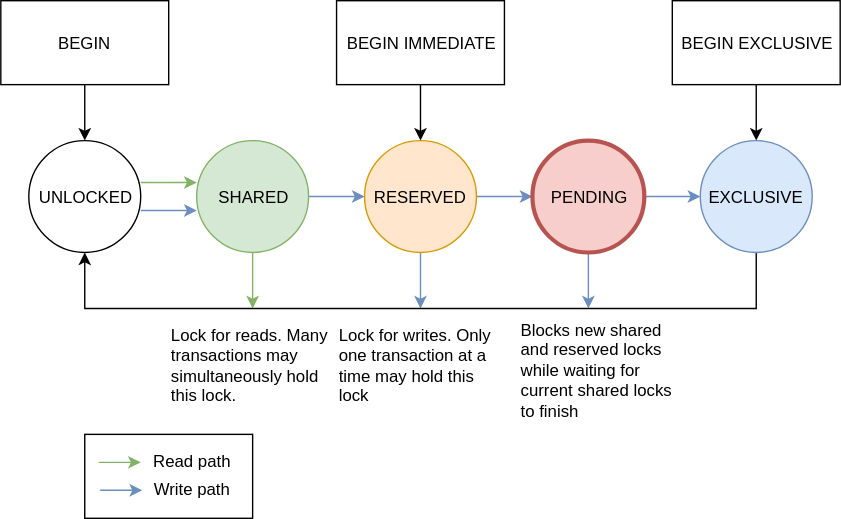
The draw.io diagram public/images/locks.svg in activesphere/activesphere.github.io, before a commit. Source tidied: cells renumbered, new cells last; positions are measured from the earlier drawing's top-left corner, leaving out a move shared by most shapes. The source it was exported from:
```xml
<mxGraphModel>
  <root>
    <mxCell id="0" />
    <mxCell id="1" parent="0" />
    <mxCell id="2" style="edgeStyle=orthogonalEdgeStyle;rounded=0;html=1;jettySize=auto;orthogonalLoop=1;fillColor=#d5e8d4;strokeColor=#82b366;" parent="1" edge="1">
      <mxGeometry relative="1" as="geometry">
        <mxPoint x="100" y="130" as="sourcePoint" />
        <mxPoint x="140" y="130" as="targetPoint" />
      </mxGeometry>
    </mxCell>
    <mxCell id="3" style="edgeStyle=orthogonalEdgeStyle;rounded=0;html=1;jettySize=auto;fillColor=#dae8fc;strokeColor=#6c8ebf;" parent="1" edge="1" source="5" target="8">
      <mxGeometry relative="1" as="geometry" />
    </mxCell>
    <mxCell id="4" style="edgeStyle=orthogonalEdgeStyle;rounded=0;html=1;jettySize=auto;orthogonalLoop=1;fillColor=#d5e8d4;strokeColor=#82b366;" parent="1" edge="1">
      <mxGeometry relative="1" as="geometry">
        <mxPoint x="180" y="180" as="sourcePoint" />
        <mxPoint x="180" y="220" as="targetPoint" />
      </mxGeometry>
    </mxCell>
    <mxCell id="5" value="SHARED" style="ellipse;whiteSpace=wrap;html=1;fillColor=#d5e8d4;strokeColor=#82b366;" parent="1" vertex="1">
      <mxGeometry x="140" y="100" width="80" height="80" as="geometry" />
    </mxCell>
    <mxCell id="6" style="edgeStyle=orthogonalEdgeStyle;rounded=0;html=1;jettySize=auto;fillColor=#dae8fc;strokeColor=#6c8ebf;" parent="1" edge="1" source="8" target="11">
      <mxGeometry relative="1" as="geometry" />
    </mxCell>
    <mxCell id="7" style="edgeStyle=orthogonalEdgeStyle;rounded=0;html=1;jettySize=auto;fillColor=#dae8fc;strokeColor=#6c8ebf;" parent="1" edge="1" source="8">
      <mxGeometry relative="1" as="geometry">
        <mxPoint x="300" y="220" as="targetPoint" />
      </mxGeometry>
    </mxCell>
    <mxCell id="8" value="RESERVED" style="ellipse;whiteSpace=wrap;html=1;fillColor=#ffe6cc;strokeColor=#d79b00;" parent="1" vertex="1">
      <mxGeometry x="260" y="100" width="80" height="80" as="geometry" />
    </mxCell>
    <mxCell id="9" style="edgeStyle=orthogonalEdgeStyle;rounded=0;html=1;jettySize=auto;fillColor=#dae8fc;strokeColor=#6c8ebf;" parent="1" edge="1" source="11" target="13">
      <mxGeometry relative="1" as="geometry" />
    </mxCell>
    <mxCell id="10" style="edgeStyle=orthogonalEdgeStyle;rounded=0;html=1;jettySize=auto;fillColor=#dae8fc;strokeColor=#6c8ebf;" parent="1" edge="1" source="11">
      <mxGeometry relative="1" as="geometry">
        <mxPoint x="420" y="220" as="targetPoint" />
      </mxGeometry>
    </mxCell>
    <mxCell id="11" value="PENDING" style="ellipse;whiteSpace=wrap;html=1;fillColor=#f8cecc;strokeColor=#b85450;strokeWidth=3;" parent="1" vertex="1">
      <mxGeometry x="380" y="100" width="80" height="80" as="geometry" />
    </mxCell>
    <mxCell id="12" style="edgeStyle=orthogonalEdgeStyle;rounded=0;html=1;jettySize=auto;orthogonalLoop=1;entryX=0.5;entryY=1;" parent="1" edge="1">
      <mxGeometry relative="1" as="geometry">
        <mxPoint x="540" y="180" as="sourcePoint" />
        <mxPoint x="60" y="180" as="targetPoint" />
        <Array as="points">
          <mxPoint x="540" y="220" />
          <mxPoint x="60" y="220" />
        </Array>
      </mxGeometry>
    </mxCell>
    <mxCell id="13" value="EXCLUSIVE" style="ellipse;whiteSpace=wrap;html=1;fillColor=#dae8fc;strokeColor=#6c8ebf;" parent="1" vertex="1">
      <mxGeometry x="500" y="100" width="80" height="80" as="geometry" />
    </mxCell>
    <mxCell id="14" value="UNLOCKED" style="ellipse;whiteSpace=wrap;html=1;fillColor=#ffffff;strokeColor=#000000;" parent="1" vertex="1">
      <mxGeometry x="20" y="100" width="80" height="80" as="geometry" />
    </mxCell>
    <mxCell id="15" style="edgeStyle=orthogonalEdgeStyle;rounded=0;html=1;jettySize=auto;" parent="1" edge="1" source="16" target="14">
      <mxGeometry relative="1" as="geometry" />
    </mxCell>
    <mxCell id="16" value="BEGIN" style="rounded=0;whiteSpace=wrap;html=1;" parent="1" vertex="1">
      <mxGeometry width="120" height="60" as="geometry" />
    </mxCell>
    <mxCell id="17" style="edgeStyle=orthogonalEdgeStyle;rounded=0;html=1;jettySize=auto;" parent="1" edge="1" source="18" target="8">
      <mxGeometry relative="1" as="geometry" />
    </mxCell>
    <mxCell id="18" value="BEGIN IMMEDIATE" style="rounded=0;whiteSpace=wrap;html=1;" parent="1" vertex="1">
      <mxGeometry x="240" width="120" height="60" as="geometry" />
    </mxCell>
    <mxCell id="19" style="edgeStyle=orthogonalEdgeStyle;rounded=0;html=1;jettySize=auto;" parent="1" edge="1" source="20" target="13">
      <mxGeometry relative="1" as="geometry" />
    </mxCell>
    <mxCell id="20" value="BEGIN EXCLUSIVE" style="rounded=0;whiteSpace=wrap;html=1;" parent="1" vertex="1">
      <mxGeometry x="480" width="120" height="60" as="geometry" />
    </mxCell>
    <mxCell id="21" value="Lock for writes. Only one transaction at a time may hold this lock" style="text;html=1;strokeColor=none;fillColor=none;align=left;verticalAlign=middle;whiteSpace=wrap;rounded=0;dashed=1;" parent="1" vertex="1">
      <mxGeometry x="240" y="235" width="120" height="50" as="geometry" />
    </mxCell>
    <mxCell id="22" value="Blocks new shared and reserved locks while waiting for current shared locks to finish" style="text;html=1;strokeColor=none;fillColor=none;align=left;verticalAlign=middle;whiteSpace=wrap;rounded=0;dashed=1;" parent="1" vertex="1">
      <mxGeometry x="370" y="225" width="120" height="75" as="geometry" />
    </mxCell>
    <mxCell id="23" value="Lock for reads. Many transactions may simultaneously hold this lock." style="text;html=1;strokeColor=none;fillColor=none;align=left;verticalAlign=middle;whiteSpace=wrap;rounded=0;dashed=1;" parent="1" vertex="1">
      <mxGeometry x="120" y="235" width="120" height="50" as="geometry" />
    </mxCell>
    <mxCell id="24" style="edgeStyle=orthogonalEdgeStyle;rounded=0;html=1;jettySize=auto;orthogonalLoop=1;fillColor=#dae8fc;strokeColor=#6c8ebf;" parent="1" edge="1">
      <mxGeometry relative="1" as="geometry">
        <mxPoint x="100" y="150" as="sourcePoint" />
        <mxPoint x="140" y="150" as="targetPoint" />
      </mxGeometry>
    </mxCell>
    <mxCell id="25" style="rounded=0;whiteSpace=wrap;html=1;strokeWidth=1;fillColor=none;align=left;" parent="1" vertex="1">
      <mxGeometry x="60" y="310" width="120" height="60" as="geometry" />
    </mxCell>
    <mxCell id="26" style="edgeStyle=orthogonalEdgeStyle;rounded=0;html=1;jettySize=auto;orthogonalLoop=1;fillColor=#d5e8d4;strokeColor=#82b366;" parent="1" edge="1">
      <mxGeometry relative="1" as="geometry">
        <mxPoint x="70" y="330" as="sourcePoint" />
        <mxPoint x="100" y="330" as="targetPoint" />
      </mxGeometry>
    </mxCell>
    <mxCell id="27" value="Read path" style="text;html=1;strokeColor=none;fillColor=none;align=center;verticalAlign=middle;whiteSpace=wrap;rounded=0;" parent="1" vertex="1">
      <mxGeometry x="102" y="319" width="70" height="20" as="geometry" />
    </mxCell>
    <mxCell id="28" style="edgeStyle=orthogonalEdgeStyle;rounded=0;html=1;jettySize=auto;orthogonalLoop=1;fillColor=#dae8fc;strokeColor=#6c8ebf;" parent="1" edge="1">
      <mxGeometry relative="1" as="geometry">
        <mxPoint x="71" y="350" as="sourcePoint" />
        <mxPoint x="101" y="350" as="targetPoint" />
      </mxGeometry>
    </mxCell>
    <mxCell id="29" value="Write path" style="text;html=1;strokeColor=none;fillColor=none;align=center;verticalAlign=middle;whiteSpace=wrap;rounded=0;" parent="1" vertex="1">
      <mxGeometry x="101" y="339" width="70" height="20" as="geometry" />
    </mxCell>
  </root>
</mxGraphModel>
```
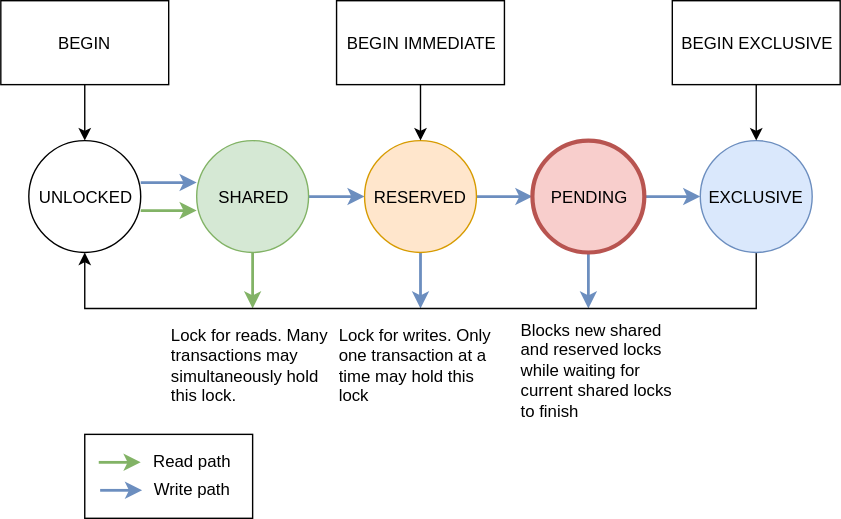
The same diagram one commit later.

Diff of the diagram source:
```diff
@@ -2,16 +2,16 @@
   <root>
     <mxCell id="0" />
     <mxCell id="1" parent="0" />
-    <mxCell id="2" style="edgeStyle=orthogonalEdgeStyle;rounded=0;html=1;jettySize=auto;orthogonalLoop=1;fillColor=#d5e8d4;strokeColor=#82b366;" parent="1" edge="1">
+    <mxCell id="2" style="edgeStyle=orthogonalEdgeStyle;rounded=0;html=1;jettySize=auto;orthogonalLoop=1;fillColor=#dae8fc;strokeColor=#6c8ebf;strokeWidth=2;" parent="1" edge="1">
       <mxGeometry relative="1" as="geometry">
         <mxPoint x="100" y="130" as="sourcePoint" />
         <mxPoint x="140" y="130" as="targetPoint" />
       </mxGeometry>
     </mxCell>
-    <mxCell id="3" style="edgeStyle=orthogonalEdgeStyle;rounded=0;html=1;jettySize=auto;fillColor=#dae8fc;strokeColor=#6c8ebf;" parent="1" edge="1" source="5" target="8">
+    <mxCell id="3" style="edgeStyle=orthogonalEdgeStyle;rounded=0;html=1;jettySize=auto;fillColor=#dae8fc;strokeColor=#6c8ebf;strokeWidth=2;" parent="1" edge="1" source="5" target="8">
       <mxGeometry relative="1" as="geometry" />
     </mxCell>
-    <mxCell id="4" style="edgeStyle=orthogonalEdgeStyle;rounded=0;html=1;jettySize=auto;orthogonalLoop=1;fillColor=#d5e8d4;strokeColor=#82b366;" parent="1" edge="1">
+    <mxCell id="4" style="edgeStyle=orthogonalEdgeStyle;rounded=0;html=1;jettySize=auto;orthogonalLoop=1;fillColor=#d5e8d4;strokeColor=#82b366;strokeWidth=2;" parent="1" edge="1">
       <mxGeometry relative="1" as="geometry">
         <mxPoint x="180" y="180" as="sourcePoint" />
         <mxPoint x="180" y="220" as="targetPoint" />
@@ -20,10 +20,10 @@
     <mxCell id="5" value="SHARED" style="ellipse;whiteSpace=wrap;html=1;fillColor=#d5e8d4;strokeColor=#82b366;" parent="1" vertex="1">
       <mxGeometry x="140" y="100" width="80" height="80" as="geometry" />
     </mxCell>
-    <mxCell id="6" style="edgeStyle=orthogonalEdgeStyle;rounded=0;html=1;jettySize=auto;fillColor=#dae8fc;strokeColor=#6c8ebf;" parent="1" edge="1" source="8" target="11">
+    <mxCell id="6" style="edgeStyle=orthogonalEdgeStyle;rounded=0;html=1;jettySize=auto;fillColor=#dae8fc;strokeColor=#6c8ebf;strokeWidth=2;" parent="1" edge="1" source="8" target="11">
       <mxGeometry relative="1" as="geometry" />
     </mxCell>
-    <mxCell id="7" style="edgeStyle=orthogonalEdgeStyle;rounded=0;html=1;jettySize=auto;fillColor=#dae8fc;strokeColor=#6c8ebf;" parent="1" edge="1" source="8">
+    <mxCell id="7" style="edgeStyle=orthogonalEdgeStyle;rounded=0;html=1;jettySize=auto;fillColor=#dae8fc;strokeColor=#6c8ebf;strokeWidth=2;" parent="1" edge="1" source="8">
       <mxGeometry relative="1" as="geometry">
         <mxPoint x="300" y="220" as="targetPoint" />
       </mxGeometry>
@@ -31,10 +31,10 @@
     <mxCell id="8" value="RESERVED" style="ellipse;whiteSpace=wrap;html=1;fillColor=#ffe6cc;strokeColor=#d79b00;" parent="1" vertex="1">
       <mxGeometry x="260" y="100" width="80" height="80" as="geometry" />
     </mxCell>
-    <mxCell id="9" style="edgeStyle=orthogonalEdgeStyle;rounded=0;html=1;jettySize=auto;fillColor=#dae8fc;strokeColor=#6c8ebf;" parent="1" edge="1" source="11" target="13">
+    <mxCell id="9" style="edgeStyle=orthogonalEdgeStyle;rounded=0;html=1;jettySize=auto;fillColor=#dae8fc;strokeColor=#6c8ebf;strokeWidth=2;" parent="1" edge="1" source="11" target="13">
       <mxGeometry relative="1" as="geometry" />
     </mxCell>
-    <mxCell id="10" style="edgeStyle=orthogonalEdgeStyle;rounded=0;html=1;jettySize=auto;fillColor=#dae8fc;strokeColor=#6c8ebf;" parent="1" edge="1" source="11">
+    <mxCell id="10" style="edgeStyle=orthogonalEdgeStyle;rounded=0;html=1;jettySize=auto;fillColor=#dae8fc;strokeColor=#6c8ebf;strokeWidth=2;" parent="1" edge="1" source="11">
       <mxGeometry relative="1" as="geometry">
         <mxPoint x="420" y="220" as="targetPoint" />
       </mxGeometry>
@@ -85,7 +85,7 @@
     <mxCell id="23" value="Lock for reads. Many transactions may simultaneously hold this lock." style="text;html=1;strokeColor=none;fillColor=none;align=left;verticalAlign=middle;whiteSpace=wrap;rounded=0;dashed=1;" parent="1" vertex="1">
       <mxGeometry x="120" y="235" width="120" height="50" as="geometry" />
     </mxCell>
-    <mxCell id="24" style="edgeStyle=orthogonalEdgeStyle;rounded=0;html=1;jettySize=auto;orthogonalLoop=1;fillColor=#dae8fc;strokeColor=#6c8ebf;" parent="1" edge="1">
+    <mxCell id="24" style="edgeStyle=orthogonalEdgeStyle;rounded=0;html=1;jettySize=auto;orthogonalLoop=1;fillColor=#d5e8d4;strokeColor=#82b366;strokeWidth=2;" parent="1" edge="1">
       <mxGeometry relative="1" as="geometry">
         <mxPoint x="100" y="150" as="sourcePoint" />
         <mxPoint x="140" y="150" as="targetPoint" />
@@ -94,7 +94,7 @@
     <mxCell id="25" style="rounded=0;whiteSpace=wrap;html=1;strokeWidth=1;fillColor=none;align=left;" parent="1" vertex="1">
       <mxGeometry x="60" y="310" width="120" height="60" as="geometry" />
     </mxCell>
-    <mxCell id="26" style="edgeStyle=orthogonalEdgeStyle;rounded=0;html=1;jettySize=auto;orthogonalLoop=1;fillColor=#d5e8d4;strokeColor=#82b366;" parent="1" edge="1">
+    <mxCell id="26" style="edgeStyle=orthogonalEdgeStyle;rounded=0;html=1;jettySize=auto;orthogonalLoop=1;fillColor=#d5e8d4;strokeColor=#82b366;strokeWidth=2;" parent="1" edge="1">
       <mxGeometry relative="1" as="geometry">
         <mxPoint x="70" y="330" as="sourcePoint" />
         <mxPoint x="100" y="330" as="targetPoint" />
@@ -103,7 +103,7 @@
     <mxCell id="27" value="Read path" style="text;html=1;strokeColor=none;fillColor=none;align=center;verticalAlign=middle;whiteSpace=wrap;rounded=0;" parent="1" vertex="1">
       <mxGeometry x="102" y="319" width="70" height="20" as="geometry" />
     </mxCell>
-    <mxCell id="28" style="edgeStyle=orthogonalEdgeStyle;rounded=0;html=1;jettySize=auto;orthogonalLoop=1;fillColor=#dae8fc;strokeColor=#6c8ebf;" parent="1" edge="1">
+    <mxCell id="28" style="edgeStyle=orthogonalEdgeStyle;rounded=0;html=1;jettySize=auto;orthogonalLoop=1;fillColor=#dae8fc;strokeColor=#6c8ebf;strokeWidth=2;" parent="1" edge="1">
       <mxGeometry relative="1" as="geometry">
         <mxPoint x="71" y="350" as="sourcePoint" />
         <mxPoint x="101" y="350" as="targetPoint" />
```
